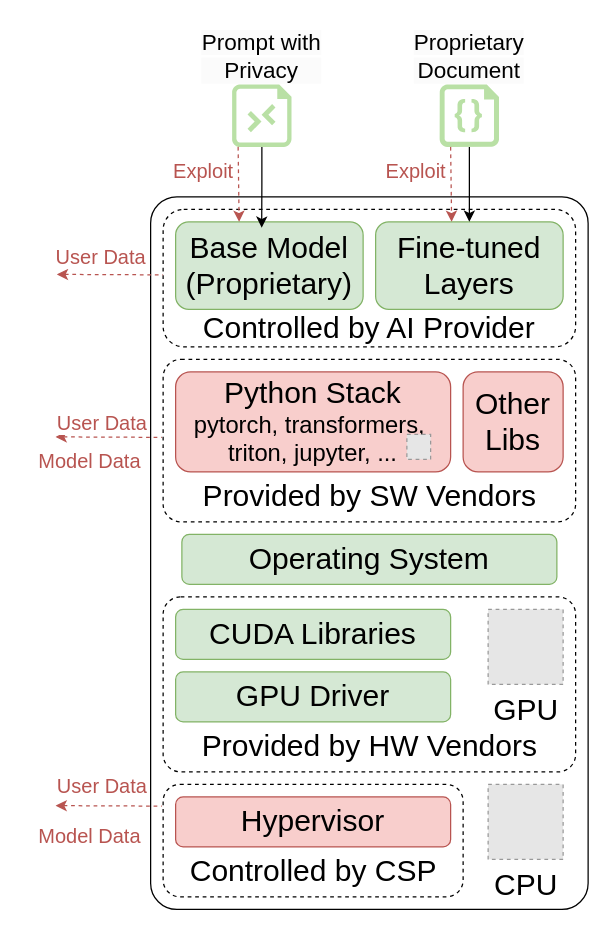
ya0guang/researches keeps this draw.io diagram as page "motivation" (1 of 3) of ConfidentialComputing/confAI_current.drawio. Above is the earlier version. Source tidied: cells renumbered, new cells numbered last; positions are measured from the earlier drawing's top-left corner, leaving out a move shared by most shapes. Both pictures are drawn from the tidied source at 125%, with x=0, y=0 at pixel (55, 21). Pictures stored in the file or linked from it are replaced by grey dashed boxes.
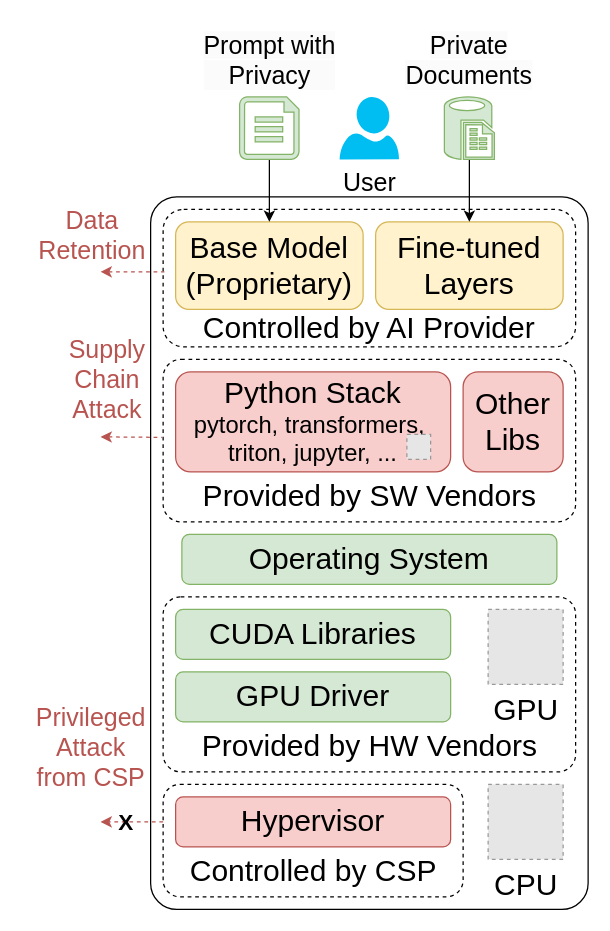
Above is the later version.

The change refers to these unchanged cells:
```xml
<mxCell id="12" style="rounded=1;whiteSpace=wrap;html=1;fillColor=none;dashed=1;" parent="1" vertex="1">
  <mxGeometry x="86" y="150" width="330" height="110" as="geometry" />
</mxCell>
```

Change to the diagram source:
```diff
@@
+    <mxCell id="42" style="edgeStyle=orthogonalEdgeStyle;rounded=0;orthogonalLoop=1;jettySize=auto;html=1;dashed=1;fillColor=#f8cecc;strokeColor=#b85450;" parent="1" edge="1">
+      <mxGeometry relative="1" as="geometry">
+        <mxPoint x="86" y="640" as="sourcePoint" />
+        <mxPoint x="36" y="640" as="targetPoint" />
+      </mxGeometry>
+    </mxCell>
@@
-    <mxCell id="16" value="&lt;font style=&quot;font-size: 24px;&quot;&gt;CPU&lt;/font&gt;" style="fillColor=#E6E6E6;strokeColor=#999999;dashed=1;html=1;verticalLabelPosition=bottom;labelBackgroundColor=#ffffff;verticalAlign=top;" parent="1" vertex="1">
-      <mxGeometry x="346" y="610" width="60" height="60" as="geometry" />
-    </mxCell>
@@
-    <mxCell id="19" value="&lt;span style=&quot;font-size: 24px;&quot;&gt;Base&amp;nbsp;&lt;/span&gt;&lt;span style=&quot;font-size: 24px; background-color: initial;&quot;&gt;Model&lt;/span&gt;&lt;div&gt;&lt;span style=&quot;background-color: initial;&quot;&gt;&lt;span style=&quot;font-size: 24px;&quot;&gt;(Proprietary)&lt;/span&gt;&lt;/span&gt;&lt;/div&gt;" style="rounded=1;whiteSpace=wrap;html=1;fillColor=#d5e8d4;strokeColor=#82b366;" parent="1" vertex="1">
+    <mxCell id="19" value="&lt;span style=&quot;font-size: 24px;&quot;&gt;Base&amp;nbsp;&lt;/span&gt;&lt;span style=&quot;font-size: 24px; background-color: initial;&quot;&gt;Model&lt;/span&gt;&lt;div&gt;&lt;span style=&quot;background-color: initial;&quot;&gt;&lt;span style=&quot;font-size: 24px;&quot;&gt;(Proprietary)&lt;/span&gt;&lt;/span&gt;&lt;/div&gt;" style="rounded=1;whiteSpace=wrap;html=1;fillColor=#fff2cc;strokeColor=#d6b656;" parent="1" vertex="1">
       <mxGeometry x="96" y="160" width="150" height="70" as="geometry" />
     </mxCell>
-    <mxCell id="20" style="rounded=0;orthogonalLoop=1;jettySize=auto;html=1;dashed=1;fillColor=#f8cecc;strokeColor=#b85450;startArrow=classic;startFill=1;endArrow=none;endFill=0;" parent="1" edge="1">
+    <mxCell id="20" style="rounded=0;jettySize=auto;html=1;dashed=1;fillColor=#f8cecc;strokeColor=#b85450;startArrow=classic;startFill=1;endArrow=none;endFill=0;entryX=0.003;entryY=0.455;entryDx=0;entryDy=0;entryPerimeter=0;" parent="1" edge="1" target="12">
       <mxGeometry relative="1" as="geometry">
-        <mxPoint x="1" y="202" as="sourcePoint" />
-        <mxPoint x="86" y="202.4" as="targetPoint" />
+        <mxPoint x="36" y="200" as="sourcePoint" />
       </mxGeometry>
     </mxCell>
-    <mxCell id="21" value="&lt;font style=&quot;font-size: 16px;&quot;&gt;User Data&lt;/font&gt;" style="edgeLabel;html=1;align=center;verticalAlign=middle;fontColor=#B85450;" parent="20" vertex="1">
-      <mxGeometry x="-0.29" relative="1" as="geometry">
-        <mxPoint x="5" y="-15" as="offset" />
-      </mxGeometry>
-    </mxCell>
-    <mxCell id="22" value="&lt;span style=&quot;font-size: 24px;&quot;&gt;Fine-tuned&lt;br&gt;Layers&lt;/span&gt;" style="rounded=1;whiteSpace=wrap;html=1;fillColor=#d5e8d4;strokeColor=#82b366;" parent="1" vertex="1">
+    <mxCell id="22" value="&lt;span style=&quot;font-size: 24px;&quot;&gt;Fine-tuned&lt;br&gt;Layers&lt;/span&gt;" style="rounded=1;whiteSpace=wrap;html=1;fillColor=#fff2cc;strokeColor=#d6b656;" parent="1" vertex="1">
       <mxGeometry x="256" y="160" width="150" height="70" as="geometry" />
     </mxCell>
@@
-    <mxCell id="24" style="group;" parent="1" vertex="1">
-      <mxGeometry x="115" width="100" height="100" as="geometry" />
-    </mxCell>
-    <mxCell id="25" style="verticalLabelPosition=bottom;html=1;verticalAlign=top;align=center;strokeColor=none;fillColor=#B9E0A5;shape=mxgraph.azure.rdp_remoting_file;" parent="24" vertex="1">
-      <mxGeometry x="26.2" y="50" width="47.5" height="50" as="geometry" />
-    </mxCell>
+    <mxCell id="32" style="rounded=0;orthogonalLoop=1;jettySize=auto;html=1;dashed=1;fillColor=#f8cecc;strokeColor=#b85450;startArrow=classic;startFill=1;endArrow=none;endFill=0;" parent="1" edge="1">
+      <mxGeometry relative="1" as="geometry">
+        <mxPoint x="36" y="332" as="sourcePoint" />
+        <mxPoint x="85" y="332.4" as="targetPoint" />
+      </mxGeometry>
+    </mxCell>
+    <mxCell id="16" value="&lt;font style=&quot;font-size: 24px;&quot;&gt;CPU&lt;/font&gt;" style="fillColor=#E6E6E6;strokeColor=#999999;dashed=1;html=1;verticalLabelPosition=bottom;labelBackgroundColor=#ffffff;verticalAlign=top;" parent="1" vertex="1">
+      <mxGeometry x="346" y="610" width="60" height="60" as="geometry" />
+    </mxCell>
+    <mxCell id="43" style="edgeStyle=orthogonalEdgeStyle;rounded=0;jettySize=auto;html=1;entryX=0.5;entryY=0;entryDx=0;entryDy=0;" parent="1" edge="1" source="44" target="19">
+      <mxGeometry relative="1" as="geometry" />
+    </mxCell>
+    <mxCell id="44" style="verticalLabelPosition=bottom;html=1;verticalAlign=top;align=center;strokeColor=#82b366;fillColor=#d5e8d4;shape=mxgraph.azure.file;" parent="1" vertex="1">
+      <mxGeometry x="147.2" y="60" width="47.5" height="50" as="geometry" />
+    </mxCell>
+    <mxCell id="45" style="edgeStyle=orthogonalEdgeStyle;rounded=0;jettySize=auto;html=1;entryX=0.5;entryY=0;entryDx=0;entryDy=0;" parent="1" edge="1" source="46" target="22">
+      <mxGeometry relative="1" as="geometry" />
+    </mxCell>
+    <mxCell id="46" style="verticalLabelPosition=bottom;html=1;verticalAlign=top;align=center;strokeColor=#82b366;fillColor=#d5e8d4;shape=mxgraph.azure.sql_reporting;" parent="1" vertex="1">
+      <mxGeometry x="311" y="60" width="40" height="50" as="geometry" />
+    </mxCell>
+    <mxCell id="47" value="X" style="text;html=1;align=center;verticalAlign=middle;strokeColor=none;fillColor=none;fontStyle=1;fontSize=18;fontColor=default;" parent="1" vertex="1">
+      <mxGeometry x="36" y="621" width="40" height="40" as="geometry" />
+    </mxCell>
+    <mxCell id="48" value="&lt;font style=&quot;font-size: 20px;&quot;&gt;User&lt;/font&gt;" style="verticalLabelPosition=bottom;html=1;verticalAlign=top;align=center;strokeColor=none;fillColor=#00BEF2;shape=mxgraph.azure.user;" parent="1" vertex="1">
+      <mxGeometry x="227.2" y="60" width="47.5" height="50" as="geometry" />
+    </mxCell>
+    <mxCell id="29" value="&lt;span style=&quot;color: rgb(0, 0, 0); font-family: Helvetica; font-style: normal; font-variant-ligatures: normal; font-variant-caps: normal; font-weight: 400; letter-spacing: normal; orphans: 2; text-indent: 0px; text-transform: none; widows: 2; word-spacing: 0px; -webkit-text-stroke-width: 0px; white-space: nowrap; background-color: rgb(251, 251, 251); text-decoration-thickness: initial; text-decoration-style: initial; text-decoration-color: initial; float: none; display: inline !important; font-size: 20px;&quot;&gt;&lt;font style=&quot;font-size: 20px;&quot;&gt;Private&lt;/font&gt;&lt;/span&gt;&lt;div style=&quot;forced-color-adjust: none; color: rgb(0, 0, 0); font-family: Helvetica; font-style: normal; font-variant-ligatures: normal; font-variant-caps: normal; font-weight: 400; letter-spacing: normal; orphans: 2; text-indent: 0px; text-transform: none; widows: 2; word-spacing: 0px; -webkit-text-stroke-width: 0px; white-space: nowrap; background-color: rgb(251, 251, 251); text-decoration-thickness: initial; text-decoration-style: initial; text-decoration-color: initial; font-size: 20px;&quot;&gt;&lt;font style=&quot;font-size: 20px;&quot;&gt;Documents&lt;/font&gt;&lt;/div&gt;" style="text;whiteSpace=wrap;html=1;align=center;fillColor=none;" parent="1" vertex="1">
+      <mxGeometry x="271" width="120" height="50" as="geometry" />
+    </mxCell>
-    <mxCell id="26" value="&lt;span style=&quot;color: rgb(0, 0, 0); font-family: Helvetica; font-style: normal; font-variant-ligatures: normal; font-variant-caps: normal; font-weight: 400; letter-spacing: normal; orphans: 2; text-indent: 0px; text-transform: none; widows: 2; word-spacing: 0px; -webkit-text-stroke-width: 0px; white-space: nowrap; background-color: rgb(251, 251, 251); text-decoration-thickness: initial; text-decoration-style: initial; text-decoration-color: initial; float: none; display: inline !important; font-size: 18px;&quot;&gt;&lt;font style=&quot;font-size: 18px;&quot;&gt;Prompt with&lt;/font&gt;&lt;/span&gt;&lt;div style=&quot;forced-color-adjust: none; color: rgb(0, 0, 0); font-family: Helvetica; font-style: normal; font-variant-ligatures: normal; font-variant-caps: normal; font-weight: 400; letter-spacing: normal; orphans: 2; text-indent: 0px; text-transform: none; widows: 2; word-spacing: 0px; -webkit-text-stroke-width: 0px; white-space: nowrap; background-color: rgb(251, 251, 251); text-decoration-thickness: initial; text-decoration-style: initial; text-decoration-color: initial; font-size: 18px;&quot;&gt;&lt;font style=&quot;font-size: 18px;&quot;&gt;Privacy&lt;/font&gt;&lt;/div&gt;" style="text;whiteSpace=wrap;html=1;align=center;" parent="24" vertex="1">
-      <mxGeometry width="100" height="50" as="geometry" />
+    <mxCell id="26" value="&lt;span style=&quot;color: rgb(0, 0, 0); font-family: Helvetica; font-style: normal; font-variant-ligatures: normal; font-variant-caps: normal; font-weight: 400; letter-spacing: normal; orphans: 2; text-indent: 0px; text-transform: none; widows: 2; word-spacing: 0px; -webkit-text-stroke-width: 0px; white-space: nowrap; background-color: rgb(251, 251, 251); text-decoration-thickness: initial; text-decoration-style: initial; text-decoration-color: initial; float: none; display: inline !important; font-size: 20px;&quot;&gt;&lt;font style=&quot;font-size: 20px;&quot;&gt;Prompt with&lt;/font&gt;&lt;/span&gt;&lt;div style=&quot;forced-color-adjust: none; color: rgb(0, 0, 0); font-family: Helvetica; font-style: normal; font-variant-ligatures: normal; font-variant-caps: normal; font-weight: 400; letter-spacing: normal; orphans: 2; text-indent: 0px; text-transform: none; widows: 2; word-spacing: 0px; -webkit-text-stroke-width: 0px; white-space: nowrap; background-color: rgb(251, 251, 251); text-decoration-thickness: initial; text-decoration-style: initial; text-decoration-color: initial; font-size: 20px;&quot;&gt;&lt;font style=&quot;font-size: 20px;&quot;&gt;Privacy&lt;/font&gt;&lt;/div&gt;" style="text;whiteSpace=wrap;html=1;align=center;fillColor=none;" parent="1" vertex="1">
+      <mxGeometry x="103.5" width="135" height="50" as="geometry" />
     </mxCell>
-    <mxCell id="27" style="group;" parent="1" vertex="1">
-      <mxGeometry x="286" width="90" height="100" as="geometry" />
-    </mxCell>
-    <mxCell id="28" style="verticalLabelPosition=bottom;html=1;verticalAlign=top;align=center;strokeColor=none;fillColor=#B9E0A5;shape=mxgraph.azure.code_file;" parent="27" vertex="1">
-      <mxGeometry x="21.2" y="50" width="47.5" height="50" as="geometry" />
-    </mxCell>
-    <mxCell id="29" value="&lt;span style=&quot;color: rgb(0, 0, 0); font-family: Helvetica; font-style: normal; font-variant-ligatures: normal; font-variant-caps: normal; font-weight: 400; letter-spacing: normal; orphans: 2; text-indent: 0px; text-transform: none; widows: 2; word-spacing: 0px; -webkit-text-stroke-width: 0px; white-space: nowrap; background-color: rgb(251, 251, 251); text-decoration-thickness: initial; text-decoration-style: initial; text-decoration-color: initial; float: none; display: inline !important; font-size: 18px;&quot;&gt;&lt;font style=&quot;font-size: 18px;&quot;&gt;Proprietary&lt;/font&gt;&lt;/span&gt;&lt;div style=&quot;forced-color-adjust: none; color: rgb(0, 0, 0); font-family: Helvetica; font-style: normal; font-variant-ligatures: normal; font-variant-caps: normal; font-weight: 400; letter-spacing: normal; orphans: 2; text-indent: 0px; text-transform: none; widows: 2; word-spacing: 0px; -webkit-text-stroke-width: 0px; white-space: nowrap; background-color: rgb(251, 251, 251); text-decoration-thickness: initial; text-decoration-style: initial; text-decoration-color: initial; font-size: 18px;&quot;&gt;&lt;font style=&quot;font-size: 18px;&quot;&gt;Document&lt;/font&gt;&lt;/div&gt;" style="text;whiteSpace=wrap;html=1;align=center;" parent="27" vertex="1">
-      <mxGeometry width="90" height="50" as="geometry" />
-    </mxCell>
-    <mxCell id="30" style="edgeStyle=orthogonalEdgeStyle;rounded=0;jettySize=auto;html=1;entryX=0.459;entryY=0.066;entryDx=0;entryDy=0;entryPerimeter=0;" parent="1" edge="1" source="25" target="19">
-      <mxGeometry relative="1" as="geometry" />
-    </mxCell>
-    <mxCell id="31" style="edgeStyle=orthogonalEdgeStyle;rounded=0;jettySize=auto;html=1;" parent="1" edge="1" source="28" target="22">
-      <mxGeometry relative="1" as="geometry" />
-    </mxCell>
-    <mxCell id="32" style="rounded=0;orthogonalLoop=1;jettySize=auto;html=1;dashed=1;fillColor=#f8cecc;strokeColor=#b85450;startArrow=classic;startFill=1;endArrow=none;endFill=0;" parent="1" edge="1">
-      <mxGeometry relative="1" as="geometry">
-        <mxPoint y="332" as="sourcePoint" />
-        <mxPoint x="85" y="332.4" as="targetPoint" />
-      </mxGeometry>
-    </mxCell>
-    <mxCell id="33" style="rounded=0;orthogonalLoop=1;jettySize=auto;html=1;dashed=1;fillColor=#f8cecc;strokeColor=#b85450;startArrow=classic;startFill=1;endArrow=none;endFill=0;" parent="1" edge="1">
-      <mxGeometry relative="1" as="geometry">
-        <mxPoint y="627" as="sourcePoint" />
-        <mxPoint x="85" y="627.4" as="targetPoint" />
-      </mxGeometry>
-    </mxCell>
-    <mxCell id="34" value="&lt;font style=&quot;font-size: 16px;&quot;&gt;User Data&lt;/font&gt;" style="edgeLabel;html=1;align=center;verticalAlign=middle;fontColor=#B85450;" parent="1" vertex="1">
-      <mxGeometry x="36" y="320" as="geometry" />
-    </mxCell>
-    <mxCell id="35" value="&lt;font style=&quot;font-size: 16px;&quot;&gt;User Data&lt;/font&gt;" style="edgeLabel;html=1;align=center;verticalAlign=middle;fontColor=#B85450;" parent="1" vertex="1">
-      <mxGeometry x="36" y="610" as="geometry" />
-    </mxCell>
-    <mxCell id="36" value="&lt;font style=&quot;font-size: 16px;&quot;&gt;Model Data&lt;/font&gt;" style="edgeLabel;html=1;align=center;verticalAlign=middle;fontColor=#B85450;" parent="1" vertex="1">
-      <mxGeometry x="26" y="350" as="geometry" />
-    </mxCell>
-    <mxCell id="37" value="&lt;font style=&quot;font-size: 16px;&quot;&gt;Model Data&lt;/font&gt;" style="edgeLabel;html=1;align=center;verticalAlign=middle;fontColor=#B85450;" parent="1" vertex="1">
-      <mxGeometry x="26" y="650" as="geometry" />
-    </mxCell>
-    <mxCell id="38" style="rounded=0;orthogonalLoop=1;jettySize=auto;html=1;dashed=1;fillColor=#f8cecc;strokeColor=#b85450;" parent="1" edge="1">
-      <mxGeometry relative="1" as="geometry">
-        <mxPoint x="146" y="100" as="sourcePoint" />
-        <mxPoint x="146.8" y="160" as="targetPoint" />
-      </mxGeometry>
-    </mxCell>
-    <mxCell id="39" value="&lt;span style=&quot;font-size: 16px;&quot;&gt;Exploit&lt;/span&gt;" style="edgeLabel;html=1;align=center;verticalAlign=middle;fontColor=#B85450;" parent="38" vertex="1">
-      <mxGeometry x="-0.29" relative="1" as="geometry">
-        <mxPoint x="-29" y="-2" as="offset" />
-      </mxGeometry>
-    </mxCell>
-    <mxCell id="40" style="rounded=0;orthogonalLoop=1;jettySize=auto;html=1;dashed=1;fillColor=#f8cecc;strokeColor=#b85450;" parent="1" edge="1">
-      <mxGeometry relative="1" as="geometry">
-        <mxPoint x="316" y="100" as="sourcePoint" />
-        <mxPoint x="316.8" y="160" as="targetPoint" />
-      </mxGeometry>
-    </mxCell>
-    <mxCell id="41" value="&lt;span style=&quot;font-size: 16px;&quot;&gt;Exploit&lt;/span&gt;" style="edgeLabel;html=1;align=center;verticalAlign=middle;fontColor=#B85450;" parent="40" vertex="1">
-      <mxGeometry x="-0.29" relative="1" as="geometry">
-        <mxPoint x="-29" y="-2" as="offset" />
-      </mxGeometry>
-    </mxCell>
+    <mxCell id="49" value="&lt;font color=&quot;#b85450&quot; style=&quot;font-size: 20px;&quot;&gt;Data&lt;br&gt;Retention&lt;/font&gt;" style="text;html=1;align=center;verticalAlign=middle;strokeColor=none;fillColor=none;" parent="1" vertex="1">
+      <mxGeometry x="-26" y="140" width="110" height="60" as="geometry" />
+    </mxCell>
+    <mxCell id="50" value="&lt;font color=&quot;#b85450&quot;&gt;&lt;span style=&quot;font-size: 20px;&quot;&gt;Supply&lt;br&gt;Chain&lt;br&gt;Attack&lt;/span&gt;&lt;/font&gt;" style="text;html=1;align=center;verticalAlign=middle;strokeColor=none;fillColor=none;" parent="1" vertex="1">
+      <mxGeometry x="1" y="240" width="80" height="90" as="geometry" />
+    </mxCell>
+    <mxCell id="51" value="&lt;font color=&quot;#b85450&quot;&gt;&lt;span style=&quot;font-size: 20px;&quot;&gt;Privileged&lt;br&gt;Attack&lt;br&gt;from CSP&lt;/span&gt;&lt;/font&gt;" style="text;html=1;align=center;verticalAlign=middle;strokeColor=none;fillColor=none;" parent="1" vertex="1">
+      <mxGeometry x="-27" y="535" width="110" height="90" as="geometry" />
+    </mxCell>
```
